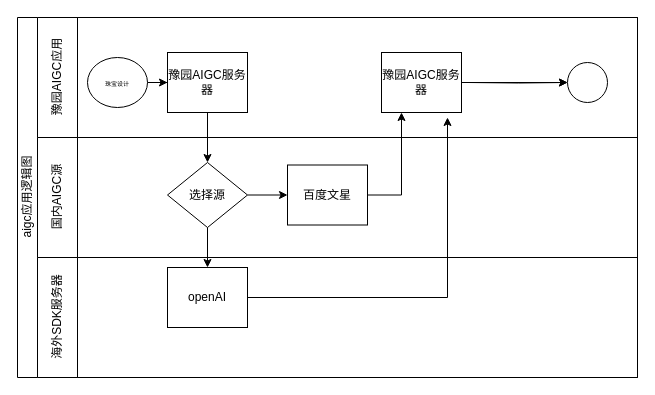
The draw.io diagram 未命名绘图.drawio in parson724/diagrams, before the edit. Source tidied: cells renumbered, new cells numbered last; positions are measured from the earlier drawing's top-left corner, leaving out a move shared by most shapes. Both pictures are drawn from the tidied source at 100%, with x=0, y=0 at pixel (17, 17).
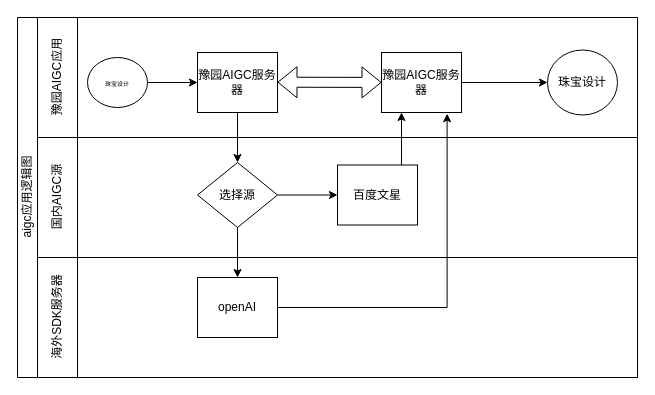
Above is the later version.

Unchanged cells that the change refers to:
```xml
<mxCell id="2" value="&lt;span style=&quot;font-weight: normal;&quot;&gt;aigc应用逻辑图&lt;/span&gt;" style="swimlane;html=1;horizontal=0;startSize=20;" parent="1" vertex="1">
  <mxGeometry width="620" height="360" as="geometry" />
</mxCell>
<mxCell id="3" value="&lt;span style=&quot;font-weight: normal;&quot;&gt;豫园AIGC应用&lt;/span&gt;" style="swimlane;html=1;startSize=40;horizontal=0;" parent="2" vertex="1">
  <mxGeometry x="20" width="600" height="120" as="geometry" />
</mxCell>
<mxCell id="10" value="豫园AIGC服务器" style="rounded=0;whiteSpace=wrap;html=1;fontFamily=Helvetica;fontSize=12;fontColor=#000000;align=center;" parent="3" vertex="1">
  <mxGeometry x="344" y="35" width="80" height="60" as="geometry" />
</mxCell>
<mxCell id="11" value="&lt;span style=&quot;font-weight: normal;&quot;&gt;国内AIGC源&lt;/span&gt;" style="swimlane;html=1;startSize=40;horizontal=0;" parent="2" vertex="1">
  <mxGeometry x="20" y="120" width="600" height="120" as="geometry" />
</mxCell>
```

The edit, as a diff of the source:
```diff
@@
     <mxCell id="6" value="豫园AIGC服务器" style="rounded=0;whiteSpace=wrap;html=1;fontFamily=Helvetica;fontSize=12;fontColor=#000000;align=center;" parent="3" vertex="1">
-      <mxGeometry x="130" y="35" width="80" height="60" as="geometry" />
+      <mxGeometry x="160" y="35" width="80" height="60" as="geometry" />
     </mxCell>
-    <mxCell id="7" style="edgeStyle=orthogonalEdgeStyle;rounded=0;jettySize=auto;html=1;endArrow=classic;endFill=1;" parent="3" edge="1" target="8">
-      <mxGeometry relative="1" as="geometry">
-        <mxPoint x="431" y="65" as="sourcePoint" />
-      </mxGeometry>
-    </mxCell>
-    <mxCell id="8" style="ellipse;whiteSpace=wrap;html=1;" parent="3" vertex="1">
-      <mxGeometry x="530" y="45" width="40" height="40" as="geometry" />
+    <mxCell id="8" value="珠宝设计" style="ellipse;whiteSpace=wrap;html=1;" parent="3" vertex="1">
+      <mxGeometry x="510" y="32.5" width="70" height="65" as="geometry" />
     </mxCell>
@@
+    <mxCell id="21" style="shape=flexArrow;endArrow=classic;startArrow=classic;html=1;rounded=0;" parent="3" edge="1" source="10">
+      <mxGeometry relative="1" as="geometry">
+        <mxPoint x="240" y="64.7" as="targetPoint" />
+      </mxGeometry>
+    </mxCell>
@@
     <mxCell id="12" value="百度文星" style="rounded=0;whiteSpace=wrap;html=1;fontFamily=Helvetica;fontSize=12;fontColor=#000000;align=center;" parent="11" vertex="1">
-      <mxGeometry x="250" y="27.5" width="80" height="60" as="geometry" />
+      <mxGeometry x="300" y="27.5" width="80" height="60" as="geometry" />
     </mxCell>
@@
     <mxCell id="14" value="选择源" style="rhombus;whiteSpace=wrap;html=1;fontFamily=Helvetica;fontSize=12;fontColor=#000000;align=center;" parent="11" vertex="1">
-      <mxGeometry x="130" y="25" width="80" height="65" as="geometry" />
+      <mxGeometry x="160" y="25" width="80" height="65" as="geometry" />
     </mxCell>
-    <mxCell id="15" value="&lt;span style=&quot;font-weight: normal;&quot;&gt;海外SDK服务器&lt;/span&gt;" style="swimlane;html=1;startSize=40;horizontal=0;" parent="2" vertex="1">
-      <mxGeometry x="20" y="240" width="600" height="120" as="geometry" />
-    </mxCell>
-    <mxCell id="16" value="openAI" style="rounded=0;whiteSpace=wrap;html=1;fontFamily=Helvetica;fontSize=12;fontColor=#000000;align=center;" parent="15" vertex="1">
-      <mxGeometry x="130" y="10" width="80" height="60" as="geometry" />
-    </mxCell>
@@
-    <mxCell id="19" style="edgeStyle=orthogonalEdgeStyle;rounded=0;jettySize=auto;html=1;endArrow=classic;endFill=1;entryX=0.825;entryY=1.083;entryDx=0;entryDy=0;entryPerimeter=0;" parent="2" edge="1" source="16" target="10">
+    <mxCell id="19" style="edgeStyle=orthogonalEdgeStyle;rounded=0;jettySize=auto;html=1;endArrow=classic;endFill=1;exitX=1;exitY=0.5;exitDx=0;exitDy=0;entryX=0.82;entryY=1.02;entryDx=0;entryDy=0;entryPerimeter=0;" parent="2" edge="1" source="16" target="10">
       <mxGeometry relative="1" as="geometry">
         <Array as="points">
-          <mxPoint x="430" y="280" />
+          <mxPoint x="430" y="290" />
         </Array>
       </mxGeometry>
     </mxCell>
@@
+    <mxCell id="15" value="&lt;span style=&quot;font-weight: normal;&quot;&gt;海外SDK服务器&lt;/span&gt;" style="swimlane;html=1;startSize=40;horizontal=0;" parent="2" vertex="1">
+      <mxGeometry x="20" y="240" width="600" height="120" as="geometry" />
+    </mxCell>
+    <mxCell id="16" value="openAI" style="rounded=0;whiteSpace=wrap;html=1;fontFamily=Helvetica;fontSize=12;fontColor=#000000;align=center;" parent="15" vertex="1">
+      <mxGeometry x="160" y="20" width="80" height="60" as="geometry" />
+    </mxCell>
```
